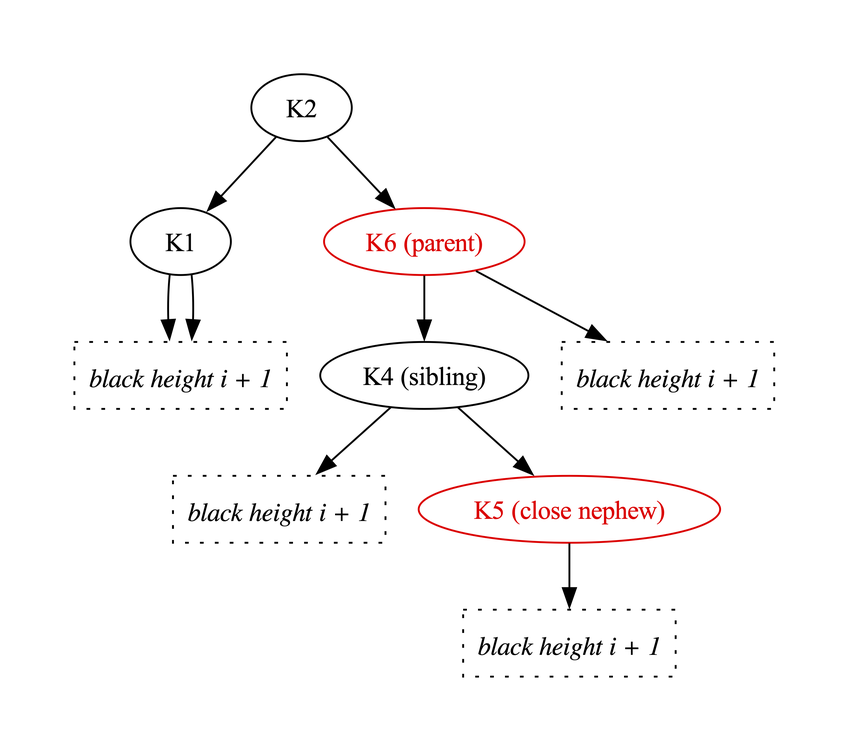
Above: Fw/DataStructures/docs/diagrams/removeBlackLeafNode/red-sibling-4.png in nasa/fprime (Graphviz), before the change. Its source is kept beside it as Fw/DataStructures/docs/diagrams/removeBlackLeafNode/red-sibling-4.dot. Its diagram source:
```dot
digraph {

  K2 -> K1
  K2 -> K6

  K6 -> K4
  K6 -> BH3

  K1 -> BH1
  K1 -> BH1

  K4 -> BH2
  K4 -> K5
  K5 -> BH4

  K1 [label="K1"]
  K2 [label="K2"]
  K4 [label="K4 (sibling)"]
  K5 [label="K5 (close nephew)",color="red",fontcolor="red"]
  K6 [label="K6 (parent)",color="red",fontcolor="red"]

  BH1 [shape="box",label="black height i + 1",style="dotted",fontname="Italic"]
  BH2 [shape="box",label="black height i + 1",style="dotted",fontname="Italic"]
  BH3 [shape="box",label="black height i + 1",style="dotted",fontname="Italic"]
  BH4 [shape="box",label="black height i + 1",style="dotted",fontname="Italic"]


}
```
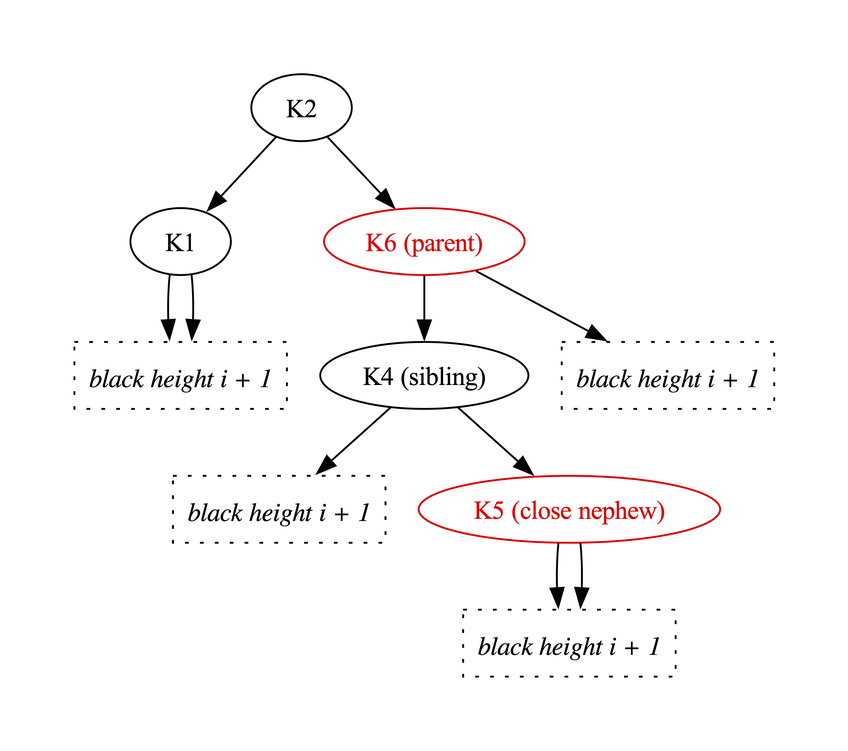
Above is the later version.

The edit, as a diff of the source:
```diff
@@ -11,6 +11,7 @@
 
   K4 -> BH2
   K4 -> K5
+  K5 -> BH4
   K5 -> BH4
 
   K1 [label="K1"]
```
